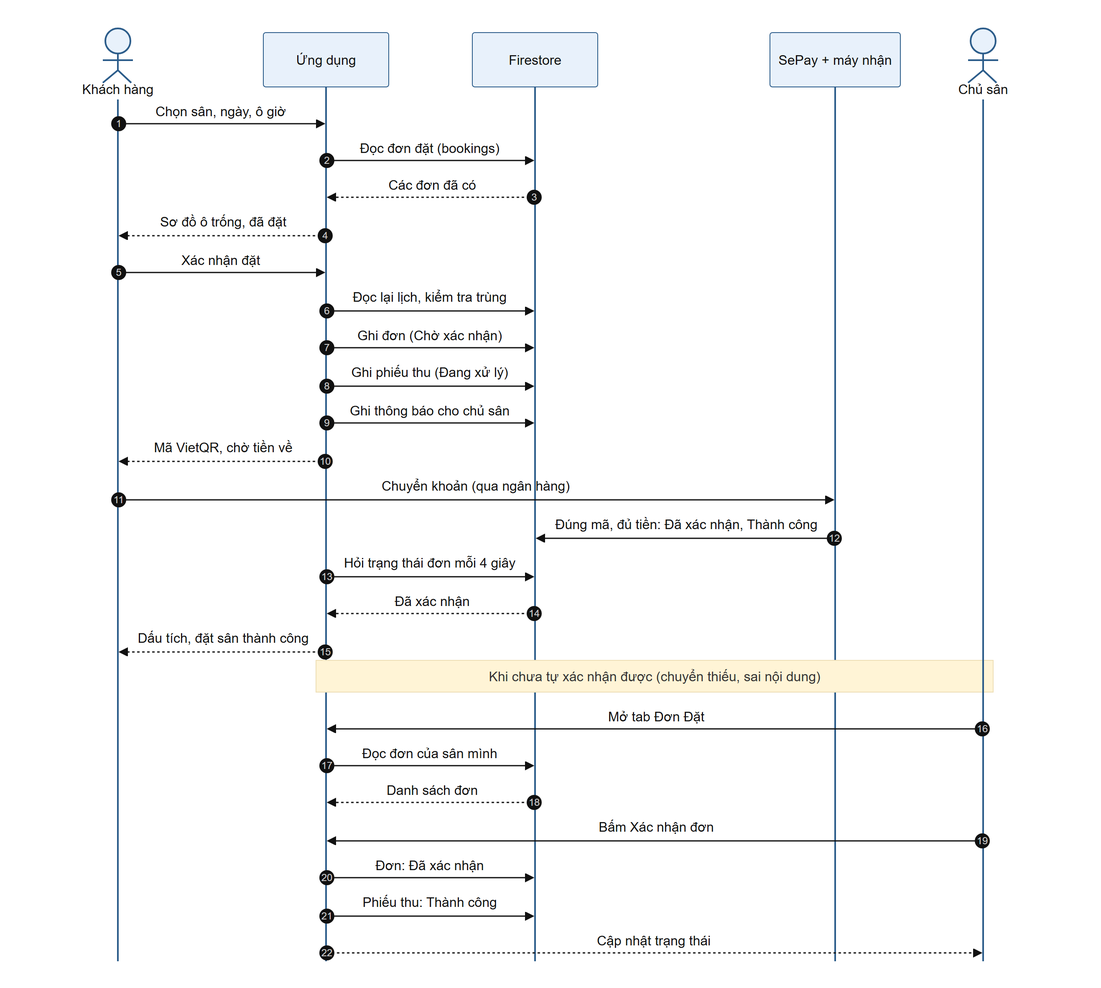
Earlier version of the Mermaid export docs/diagrams/tuan-tu-dat-san.png (dinhngochuy2909/DoAnTotNghiep). Its source is kept beside it as docs/diagrams/nguon/tuan-tu-dat-san.mmd.
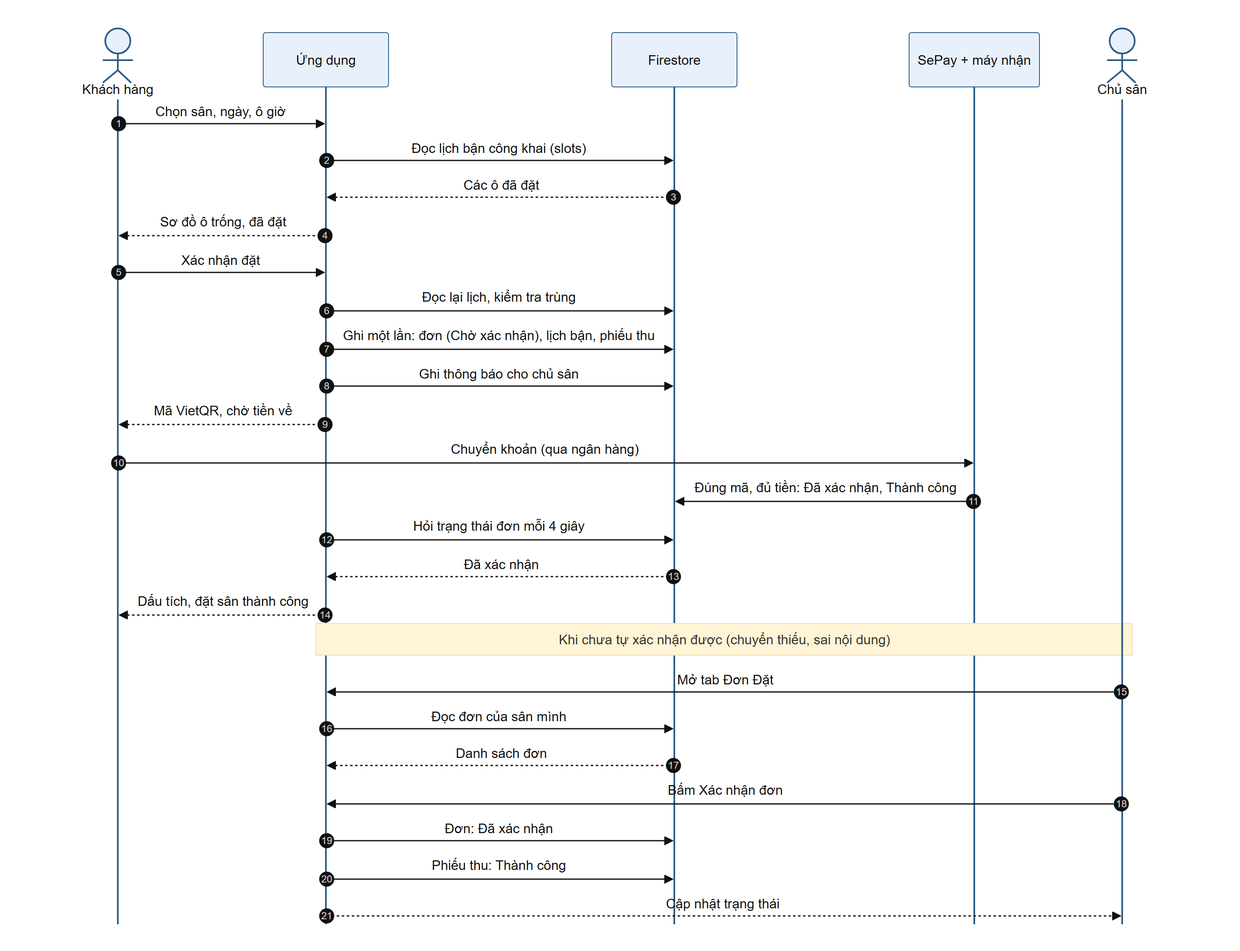
After the change.

What changed in the source:
```diff
@@ -6,13 +6,12 @@
   participant SP as SePay + máy nhận
   actor CS as Chủ sân
   KH->>APP: Chọn sân, ngày, ô giờ
-  APP->>FS: Đọc đơn đặt (bookings)
-  FS-->>APP: Các đơn đã có
+  APP->>FS: Đọc lịch bận công khai (slots)
+  FS-->>APP: Các ô đã đặt
   APP-->>KH: Sơ đồ ô trống, đã đặt
   KH->>APP: Xác nhận đặt
   APP->>FS: Đọc lại lịch, kiểm tra trùng
-  APP->>FS: Ghi đơn (Chờ xác nhận)
-  APP->>FS: Ghi phiếu thu (Đang xử lý)
+  APP->>FS: Ghi một lần: đơn (Chờ xác nhận), lịch bận, phiếu thu
   APP->>FS: Ghi thông báo cho chủ sân
   APP-->>KH: Mã VietQR, chờ tiền về
   KH->>SP: Chuyển khoản (qua ngân hàng)
```
